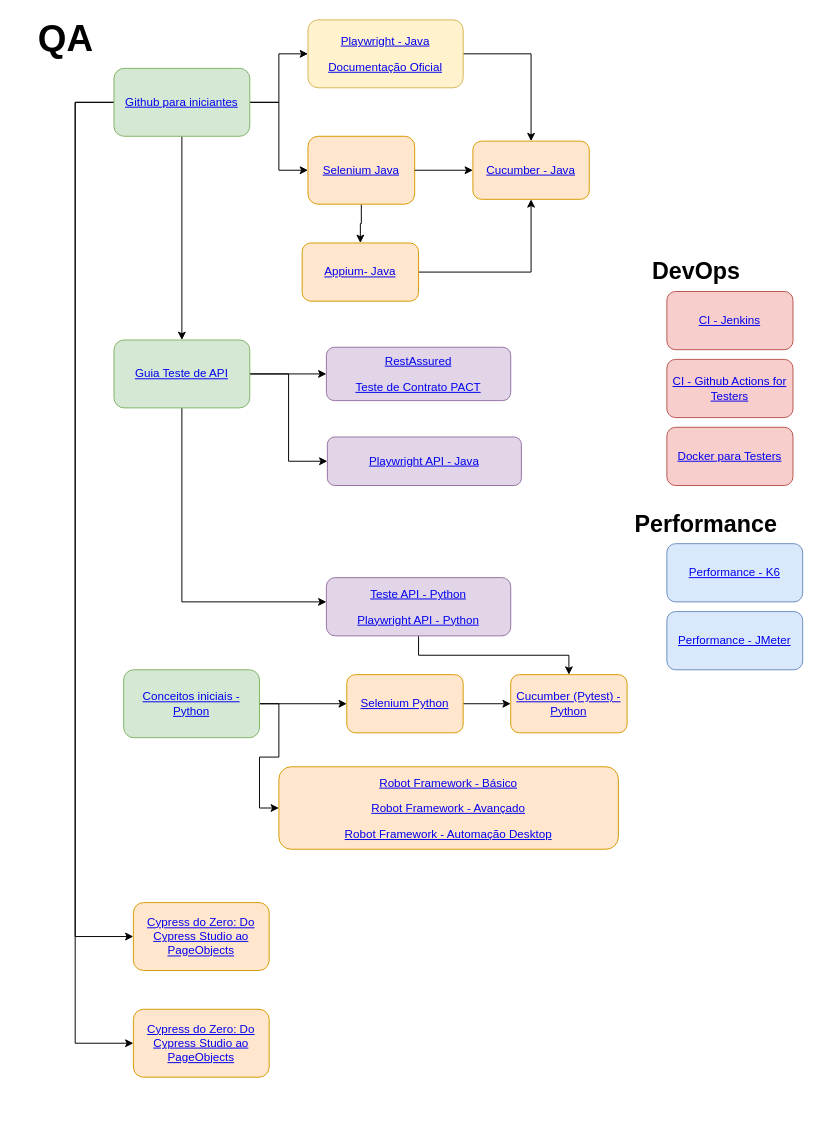
atomicsolutions/leaning-path keeps this draw.io diagram as Learning Path - Automatizador.drawio. Above is the earlier version. Source tidied: cells renumbered, new cells numbered last; positions are measured from the earlier drawing's top-left corner, leaving out a move shared by most shapes. Both pictures are drawn from the tidied source at 97%, with x=0, y=0 at pixel (16, 19).
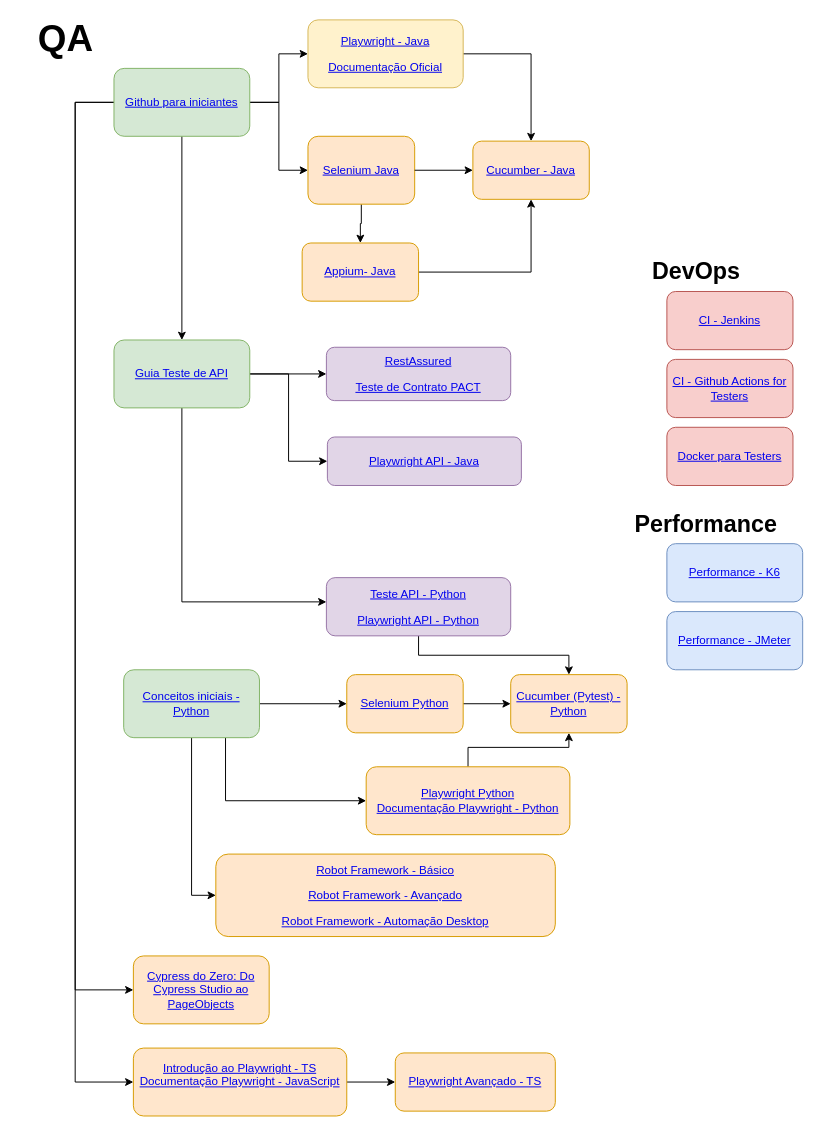
After the change.

Commit message:
Melhorias nas stacks de Python e JS

Unchanged cells that the change refers to:
```xml
<mxCell id="7" value="&lt;a target=&quot;_blank&quot; href=&quot;https://www.udemy.com/git-e-github-para-iniciantes/learn/lecture/5120486#overview&quot;&gt;Github para iniciantes&lt;/a&gt;" style="rounded=1;whiteSpace=wrap;html=1;fillColor=#d5e8d4;strokeColor=#82b366;" parent="1" vertex="1">
  <mxGeometry x="100" y="50" width="140" height="70" as="geometry" />
</mxCell>
<mxCell id="26" value="&lt;a target=&quot;_blank&quot; href=&quot;https://testautomationu.applitools.com/python-tutorial/&quot;&gt;Conceitos iniciais - Python&lt;/a&gt;" style="rounded=1;whiteSpace=wrap;html=1;fillColor=#d5e8d4;strokeColor=#82b366;" parent="1" vertex="1">
  <mxGeometry x="110" y="670" width="140" height="70" as="geometry" />
</mxCell>
<mxCell id="29" value="&lt;a target=&quot;_blank&quot; href=&quot;https://testautomationu.applitools.com/behavior-driven-python-with-pytest-bdd/&quot;&gt;Cucumber (Pytest) - Python&lt;/a&gt;" style="rounded=1;whiteSpace=wrap;html=1;fillColor=#ffe6cc;strokeColor=#d79b00;" parent="1" vertex="1">
  <mxGeometry x="509" y="675" width="120" height="60" as="geometry" />
</mxCell>
```

The edit, as a diff of the source:
```diff
@@
     <mxCell id="5" style="edgeStyle=orthogonalEdgeStyle;rounded=0;jettySize=auto;html=1;entryX=0;entryY=0.5;entryDx=0;entryDy=0;" parent="1" edge="1" source="7" target="31">
       <mxGeometry relative="1" as="geometry">
         <Array as="points">
           <mxPoint x="60" y="85" />
-          <mxPoint x="60" y="945" />
+          <mxPoint x="60" y="1000" />
         </Array>
       </mxGeometry>
     </mxCell>
     <mxCell id="6" style="edgeStyle=orthogonalEdgeStyle;rounded=0;jettySize=auto;html=1;entryX=0;entryY=0.5;entryDx=0;entryDy=0;" parent="1" edge="1" source="7" target="32">
       <mxGeometry relative="1" as="geometry">
         <Array as="points">
           <mxPoint x="60" y="85" />
-          <mxPoint x="60" y="1055" />
+          <mxPoint x="60" y="1095" />
         </Array>
       </mxGeometry>
     </mxCell>
@@
+    <mxCell id="41" style="edgeStyle=orthogonalEdgeStyle;rounded=0;jettySize=auto;html=1;exitX=0.75;exitY=1;exitDx=0;exitDy=0;entryX=0;entryY=0.5;entryDx=0;entryDy=0;" parent="1" edge="1" source="26" target="45">
+      <mxGeometry relative="1" as="geometry" />
+    </mxCell>
@@
     <mxCell id="30" value="&lt;p&gt;&lt;a target=&quot;_blank&quot; href=&quot;https://www.udemy.com/course/automacao-de-testes-com-robot-framework-basico/learn/lecture/9504432#overview&quot;&gt;Robot Framework - Básico&lt;/a&gt;&lt;/p&gt;&lt;p&gt;&lt;a target=&quot;_blank&quot; href=&quot;https://www.udemy.com/course/automacao-de-testes-com-robot-framework-avancado/learn/lecture/16030036?src=sac&amp;amp;kw=Robot#overview&quot;&gt;Robot Framework - Avançado&lt;/a&gt;&lt;/p&gt;&lt;p&gt;&lt;a target=&quot;_blank&quot; href=&quot;https://www.youtube.com/watch?v=WIIm6eeqKM4&quot;&gt;Robot Framework - Automação Desktop&lt;/a&gt;&lt;/p&gt;" style="rounded=1;whiteSpace=wrap;html=1;fillColor=#ffe6cc;strokeColor=#d79b00;" parent="1" vertex="1">
-      <mxGeometry x="270" y="770" width="350" height="85" as="geometry" />
+      <mxGeometry x="205" y="860" width="350" height="85" as="geometry" />
     </mxCell>
     <mxCell id="31" value="&lt;a target=&quot;_blank&quot; href=&quot;https://www.udemy.com/course/cypress-do-zero-2023-do-cypress-studio-ao-pageobjects/learn/lecture/39302978#overview&quot;&gt;Cypress do Zero: Do Cypress Studio ao PageObjects&lt;/a&gt;" style="rounded=1;whiteSpace=wrap;html=1;fillColor=#ffe6cc;strokeColor=#d79b00;" parent="1" vertex="1">
-      <mxGeometry x="120" y="910" width="140" height="70" as="geometry" />
+      <mxGeometry x="120" y="965" width="140" height="70" as="geometry" />
     </mxCell>
+    <mxCell id="42" style="edgeStyle=orthogonalEdgeStyle;rounded=0;jettySize=auto;html=1;" parent="1" edge="1" source="32" target="43">
+      <mxGeometry relative="1" as="geometry" />
+    </mxCell>
-    <mxCell id="32" value="&lt;a href=&quot;https://www.udemy.com/course/cypress-do-zero-2023-do-cypress-studio-ao-pageobjects/learn/lecture/39302978#overview&quot; target=&quot;_blank&quot;&gt;Cypress do Zero: Do Cypress Studio ao PageObjects&lt;/a&gt;" style="rounded=1;whiteSpace=wrap;html=1;fillColor=#ffe6cc;strokeColor=#d79b00;" parent="1" vertex="1">
-      <mxGeometry x="120" y="1020" width="140" height="70" as="geometry" />
+    <mxCell id="32" value="&lt;a href=&quot;https://testautomationu.applitools.com/playwright-intro/&quot;&gt;Introdução ao Playwright - TS&lt;/a&gt;&lt;br&gt;&lt;a href=&quot;https://playwright.dev/docs/intro&quot;&gt;Documentação Playwright - JavaScript&lt;/a&gt;&lt;div&gt;&lt;br/&gt;&lt;/div&gt;" style="rounded=1;whiteSpace=wrap;html=1;fillColor=#ffe6cc;strokeColor=#d79b00;" parent="1" vertex="1">
+      <mxGeometry x="120" y="1060" width="220" height="70" as="geometry" />
     </mxCell>
@@
+    <mxCell id="43" value="&lt;a href=&quot;https://testautomationu.applitools.com/playwright-advanced/&quot;&gt;Playwright Avançado - TS&lt;/a&gt;" style="rounded=1;whiteSpace=wrap;html=1;fillColor=#ffe6cc;strokeColor=#d79b00;" parent="1" vertex="1">
+      <mxGeometry x="390" y="1065" width="165" height="60" as="geometry" />
+    </mxCell>
+    <mxCell id="44" style="edgeStyle=orthogonalEdgeStyle;rounded=0;jettySize=auto;html=1;entryX=0.5;entryY=1;entryDx=0;entryDy=0;" parent="1" edge="1" source="45" target="29">
+      <mxGeometry relative="1" as="geometry" />
+    </mxCell>
+    <mxCell id="45" value="&lt;a href=&quot;https://www.youtube.com/watch?v=IDrTacdVNRM&quot;&gt;Playwright Python&lt;/a&gt;&lt;div&gt;&lt;a href=&quot;https://playwright.dev/python/docs/intro&quot;&gt;Documentação Playwright - Python&lt;/a&gt;&lt;/div&gt;" style="rounded=1;whiteSpace=wrap;html=1;fillColor=#ffe6cc;strokeColor=#d79b00;" parent="1" vertex="1">
+      <mxGeometry x="360" y="770" width="210" height="70" as="geometry" />
+    </mxCell>
```
